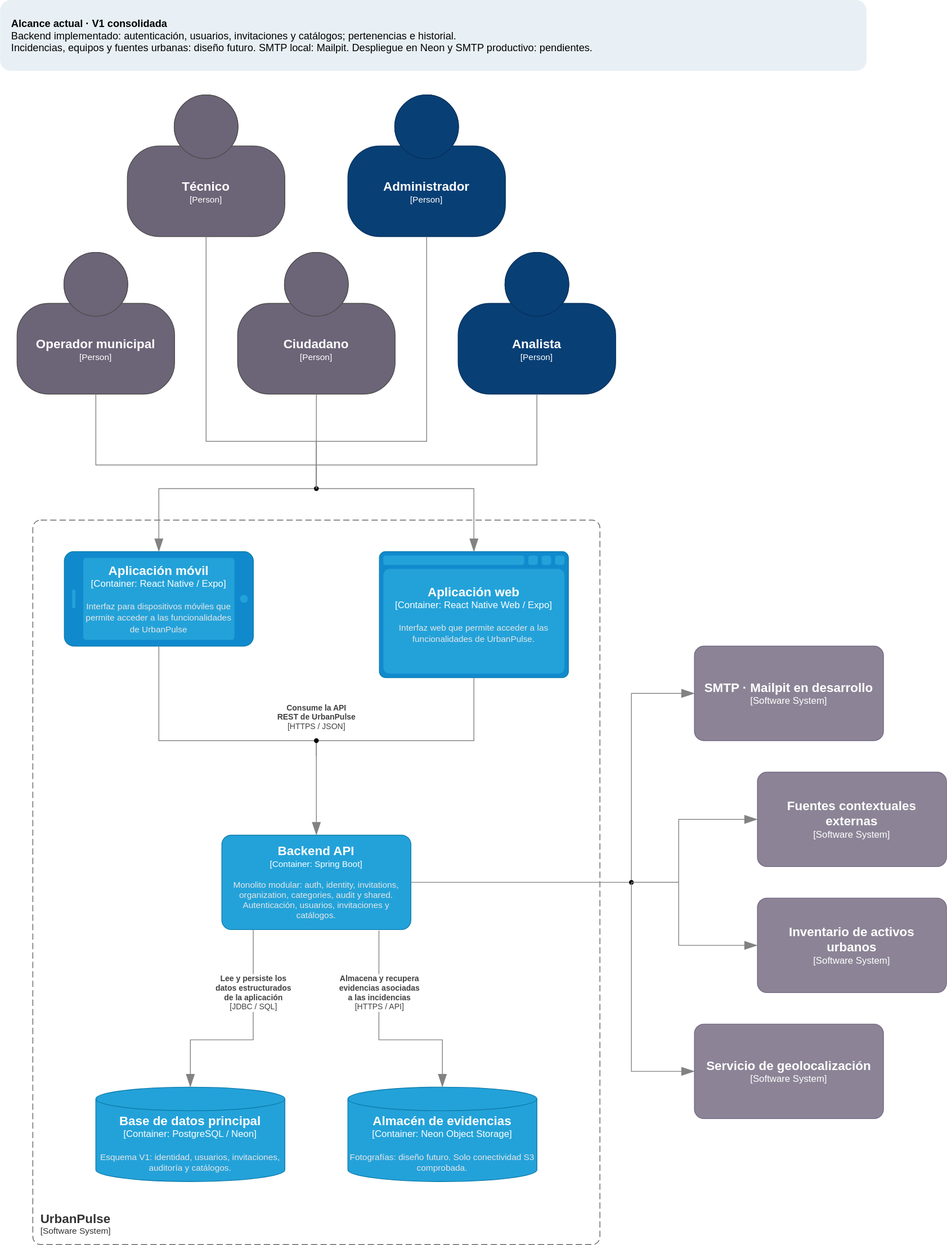
Earlier version of the draw.io export docs/diagrams/c4-containers.svg (CeNtAuRoOo/urban-pulse-app). Source tidied: cells renumbered, new cells last; positions are measured from the earlier drawing's top-left corner, leaving out a move shared by most shapes.
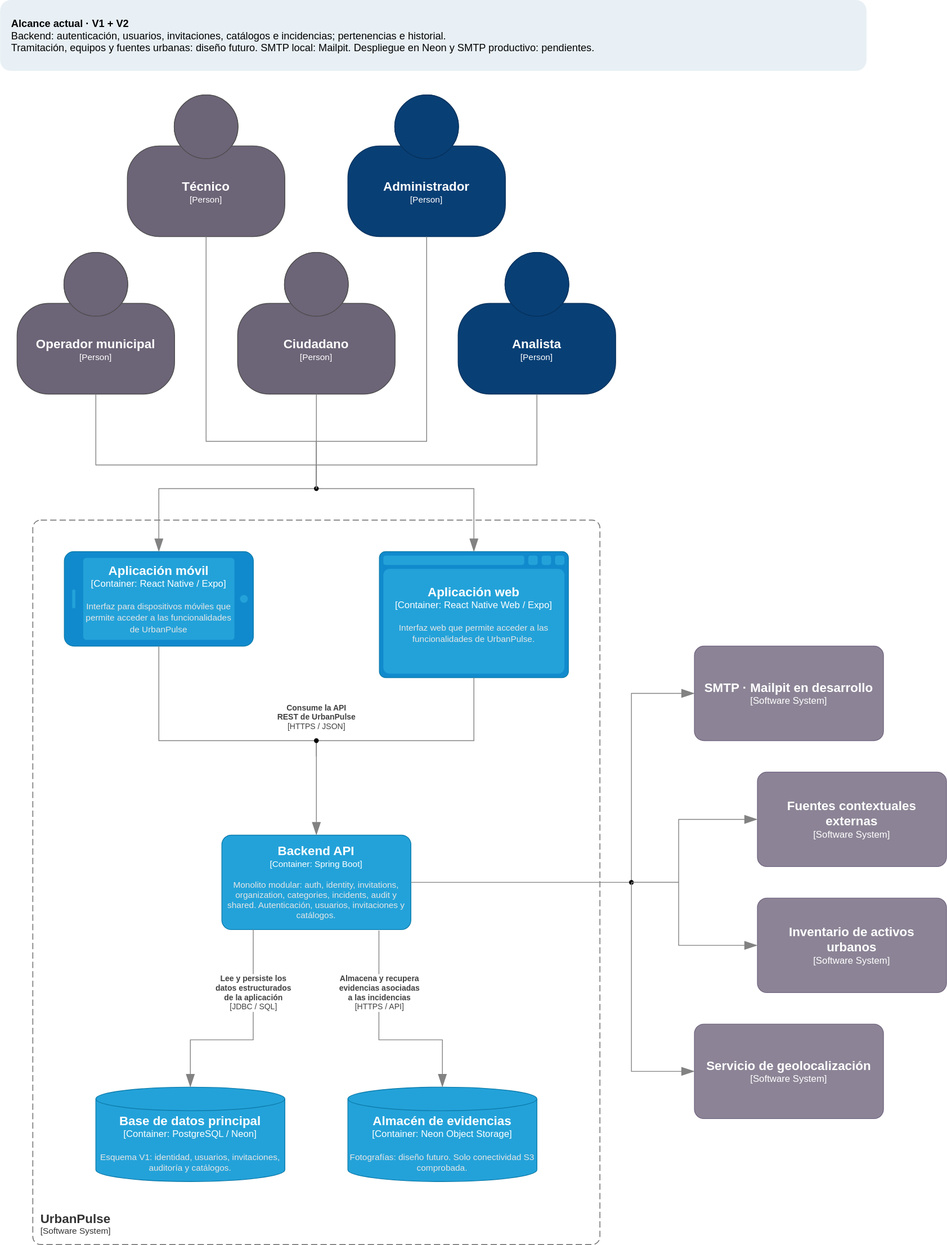
Later version of the same file.

What changed in the source:
```diff
@@ -7,7 +7,7 @@
         <mxGeometry x="81" y="700" width="240" height="120" as="geometry" />
       </mxCell>
     </object>
-    <object id="3" label="&lt;font style=&quot;font-size: 16px&quot;&gt;&lt;b&gt;%c4Name%&lt;/b&gt;&lt;/font&gt;&lt;div&gt;[%c4Type%: %c4Technology%]&lt;/div&gt;&lt;br&gt;&lt;div&gt;&lt;font style=&quot;font-size: 11px&quot;&gt;&lt;font color=&quot;#E6E6E6&quot;&gt;%c4Description%&lt;/font&gt;&lt;/div&gt;" c4Description="Monolito modular: auth, identity, invitations, organization, categories, audit y shared. Autenticación, usuarios, invitaciones y catálogos." c4Name="Backend API" c4Technology="Spring Boot" c4Type="Container" placeholders="1">
+    <object id="3" label="&lt;font style=&quot;font-size: 16px&quot;&gt;&lt;b&gt;%c4Name%&lt;/b&gt;&lt;/font&gt;&lt;div&gt;[%c4Type%: %c4Technology%]&lt;/div&gt;&lt;br&gt;&lt;div&gt;&lt;font style=&quot;font-size: 11px&quot;&gt;&lt;font color=&quot;#E6E6E6&quot;&gt;%c4Description%&lt;/font&gt;&lt;/div&gt;" c4Description="Monolito modular: auth, identity, invitations, organization, categories, incidents, audit y shared. Autenticación, usuarios, invitaciones y catálogos." c4Name="Backend API" c4Technology="Spring Boot" c4Type="Container" placeholders="1">
       <mxCell style="rounded=1;whiteSpace=wrap;html=1;fontSize=11;labelBackgroundColor=none;fillColor=#23A2D9;fontColor=#ffffff;align=center;arcSize=10;strokeColor=#0E7DAD;points=[[0.25,0,0],[0.5,0,0],[0.75,0,0],[1,0.25,0],[1,0.5,0],[1,0.75,0],[0.75,1,0],[0.5,1,0],[0.25,1,0],[0,0.75,0],[0,0.5,0],[0,0.25,0]];" parent="1" vertex="1">
         <mxGeometry x="281" y="1060" width="240" height="120" as="geometry" />
       </mxCell>
@@ -234,7 +234,7 @@
         <mxGeometry x="881" y="820" width="240" height="120" as="geometry" />
       </mxCell>
     </object>
-    <mxCell id="37" value="&lt;b&gt;Alcance actual · V1 consolidada&lt;/b&gt;&lt;br&gt;Backend implementado: autenticación, usuarios, invitaciones y catálogos; pertenencias e historial.&lt;br&gt;Incidencias, equipos y fuentes urbanas: diseño futuro. SMTP local: Mailpit. Despliegue en Neon y SMTP productivo: pendientes." style="rounded=1;whiteSpace=wrap;html=1;align=left;verticalAlign=middle;spacing=14;fillColor=#e8f0f5;strokeColor=none;fontSize=13;" parent="1" vertex="1">
+    <mxCell id="37" value="&lt;b&gt;Alcance actual · V1 + V2&lt;/b&gt;&lt;br&gt;Backend: autenticación, usuarios, invitaciones, catálogos e incidencias; pertenencias e historial.&lt;br&gt;Tramitación, equipos y fuentes urbanas: diseño futuro. SMTP local: Mailpit. Despliegue en Neon y SMTP productivo: pendientes." style="rounded=1;whiteSpace=wrap;html=1;align=left;verticalAlign=middle;spacing=14;fillColor=#e8f0f5;strokeColor=none;fontSize=13;" parent="1" vertex="1">
       <mxGeometry width="1100" height="90" as="geometry" />
     </mxCell>
   </root>
```
